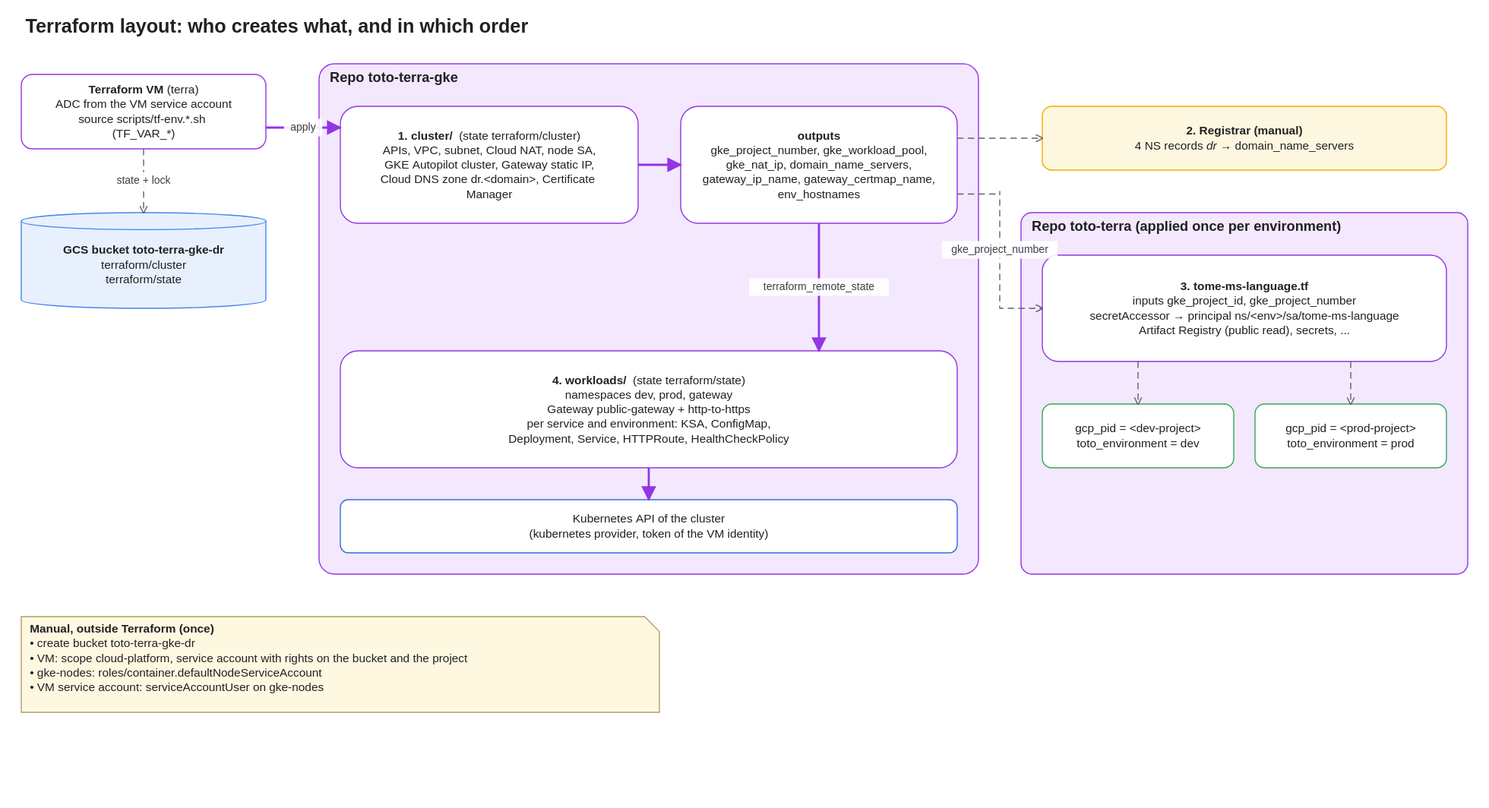
This is docs/diagrams/terraform-layout.drawio.svg from nicolasances/toto-terra-gke, a draw.io export, as it was before one commit. Source tidied: cells renumbered, new cells last; positions are measured from the earlier drawing's top-left corner, leaving out a move shared by most shapes. Source of this version:
```xml
<mxGraphModel>
  <root>
    <mxCell id="0" />
    <mxCell id="1" parent="0" />
    <mxCell id="2" value="Terraform layout: who creates what, and in which order" style="text;html=1;fontSize=18;fontStyle=1;align=left;verticalAlign=middle;" parent="1" vertex="1">
      <mxGeometry width="900" height="30" as="geometry" />
    </mxCell>
    <mxCell id="3" value="&lt;b&gt;Terraform VM&lt;/b&gt; (terra)&lt;br&gt;ADC from the VM service account&lt;br&gt;source scripts/tf-env.*.sh (TF_VAR_*)" style="rounded=1;whiteSpace=wrap;html=1;fillColor=#FFFFFF;strokeColor=#9334E6;fontSize=11;" parent="1" vertex="1">
      <mxGeometry y="60" width="230" height="70" as="geometry" />
    </mxCell>
    <mxCell id="4" value="&lt;b&gt;GCS bucket toto-terra-gke-dr&lt;/b&gt;&lt;br&gt;terraform/cluster&lt;br&gt;terraform/state" style="shape=cylinder3;whiteSpace=wrap;html=1;boundedLbl=1;size=8;fillColor=#E8F0FE;strokeColor=#4285F4;fontSize=11;" parent="1" vertex="1">
      <mxGeometry y="190" width="230" height="90" as="geometry" />
    </mxCell>
    <mxCell id="5" value="Repo toto-terra-gke" style="rounded=1;arcSize=3;whiteSpace=wrap;html=1;fillColor=#F3E8FD;strokeColor=#9334E6;verticalAlign=top;align=left;spacingLeft=10;spacingTop=4;fontStyle=1;fontSize=13;" parent="1" vertex="1">
      <mxGeometry x="280" y="50" width="620" height="480" as="geometry" />
    </mxCell>
    <mxCell id="6" value="&lt;b&gt;1. cluster/&lt;/b&gt; &amp;nbsp;(state terraform/cluster)&lt;br&gt;APIs, VPC, subnet, Cloud NAT, node SA,&lt;br&gt;GKE Autopilot cluster, Gateway static IP,&lt;br&gt;Cloud DNS zone dr.&amp;lt;domain&amp;gt;, Certificate Manager" style="rounded=1;whiteSpace=wrap;html=1;fillColor=#FFFFFF;strokeColor=#9334E6;fontSize=11;" parent="1" vertex="1">
      <mxGeometry x="300" y="90" width="280" height="110" as="geometry" />
    </mxCell>
    <mxCell id="7" value="&lt;b&gt;outputs&lt;/b&gt;&lt;br&gt;gke_project_number, gke_workload_pool,&lt;br&gt;gke_nat_ip, domain_name_servers,&lt;br&gt;gateway_ip_name, gateway_certmap_name,&lt;br&gt;env_hostnames" style="rounded=1;whiteSpace=wrap;html=1;fillColor=#FFFFFF;strokeColor=#9334E6;fontSize=11;" parent="1" vertex="1">
      <mxGeometry x="620" y="90" width="260" height="110" as="geometry" />
    </mxCell>
    <mxCell id="8" value="&lt;b&gt;4. workloads/&lt;/b&gt; &amp;nbsp;(state terraform/state)&lt;br&gt;namespaces dev, prod, gateway&lt;br&gt;Gateway public-gateway + http-to-https&lt;br&gt;per service and environment: KSA, ConfigMap,&lt;br&gt;Deployment, Service, HTTPRoute, HealthCheckPolicy" style="rounded=1;whiteSpace=wrap;html=1;fillColor=#FFFFFF;strokeColor=#9334E6;fontSize=11;" parent="1" vertex="1">
      <mxGeometry x="300" y="320" width="580" height="110" as="geometry" />
    </mxCell>
    <mxCell id="9" value="Kubernetes API of the cluster&lt;br&gt;(kubernetes provider, token of the VM identity)" style="rounded=1;whiteSpace=wrap;html=1;fillColor=#FFFFFF;strokeColor=#326CE5;fontSize=11;" parent="1" vertex="1">
      <mxGeometry x="300" y="460" width="580" height="50" as="geometry" />
    </mxCell>
    <mxCell id="10" value="&lt;b&gt;2. Registrar (manual)&lt;/b&gt;&lt;br&gt;4 NS records &lt;i&gt;dr&lt;/i&gt; &amp;rarr; domain_name_servers" style="rounded=1;whiteSpace=wrap;html=1;fillColor=#FEF7E0;strokeColor=#F9AB00;fontSize=11;" parent="1" vertex="1">
      <mxGeometry x="960" y="90" width="380" height="60" as="geometry" />
    </mxCell>
    <mxCell id="11" value="Repo toto-terra (applied once per environment)" style="rounded=1;arcSize=3;whiteSpace=wrap;html=1;fillColor=#F3E8FD;strokeColor=#9334E6;verticalAlign=top;align=left;spacingLeft=10;spacingTop=4;fontStyle=1;fontSize=13;" parent="1" vertex="1">
      <mxGeometry x="940" y="190" width="420" height="340" as="geometry" />
    </mxCell>
    <mxCell id="12" value="&lt;b&gt;3. tome-ms-language.tf&lt;/b&gt;&lt;br&gt;inputs gke_project_id, gke_project_number&lt;br&gt;secretAccessor &amp;rarr; principal ns/&amp;lt;env&amp;gt;/sa/tome-ms-language&lt;br&gt;Artifact Registry (public read), secrets, ..." style="rounded=1;whiteSpace=wrap;html=1;fillColor=#FFFFFF;strokeColor=#9334E6;fontSize=11;" parent="1" vertex="1">
      <mxGeometry x="960" y="230" width="380" height="100" as="geometry" />
    </mxCell>
    <mxCell id="13" value="gcp_pid = &amp;lt;dev-project&amp;gt;&lt;br&gt;toto_environment = dev" style="rounded=1;whiteSpace=wrap;html=1;fillColor=#FFFFFF;strokeColor=#34A853;fontSize=11;" parent="1" vertex="1">
      <mxGeometry x="960" y="370" width="180" height="60" as="geometry" />
    </mxCell>
    <mxCell id="14" value="gcp_pid = &amp;lt;prod-project&amp;gt;&lt;br&gt;toto_environment = prod" style="rounded=1;whiteSpace=wrap;html=1;fillColor=#FFFFFF;strokeColor=#34A853;fontSize=11;" parent="1" vertex="1">
      <mxGeometry x="1160" y="370" width="180" height="60" as="geometry" />
    </mxCell>
    <mxCell id="15" value="&lt;b&gt;Manual, outside Terraform (once)&lt;/b&gt;&lt;br&gt;&amp;bull; create bucket toto-terra-gke-dr&lt;br&gt;&amp;bull; VM: scope cloud-platform, service account with rights on the bucket and the project&lt;br&gt;&amp;bull; gke-nodes: roles/container.defaultNodeServiceAccount&lt;br&gt;&amp;bull; VM service account: serviceAccountUser on gke-nodes" style="shape=note;whiteSpace=wrap;html=1;size=14;fillColor=#FFF8E1;strokeColor=#B0A060;align=left;spacingLeft=8;verticalAlign=top;fontSize=11;" parent="1" vertex="1">
      <mxGeometry y="570" width="600" height="90" as="geometry" />
    </mxCell>
    <mxCell id="16" value="state + lock" style="edgeStyle=orthogonalEdgeStyle;rounded=1;html=1;endArrow=open;dashed=1;strokeColor=#5F6368;fontSize=10;labelBackgroundColor=#FFFFFF;" parent="1" edge="1" source="3" target="4">
      <mxGeometry relative="1" as="geometry" />
    </mxCell>
    <mxCell id="17" style="edgeStyle=orthogonalEdgeStyle;rounded=1;html=1;endArrow=block;endFill=1;strokeColor=#9334E6;strokeWidth=2;fontSize=10;labelBackgroundColor=#FFFFFF;" parent="1" edge="1" source="6" target="7">
      <mxGeometry relative="1" as="geometry" />
    </mxCell>
    <mxCell id="18" value="terraform_remote_state" style="edgeStyle=orthogonalEdgeStyle;rounded=1;html=1;endArrow=block;endFill=1;strokeColor=#9334E6;strokeWidth=2;fontSize=10;labelBackgroundColor=#FFFFFF;" parent="1" edge="1" source="7" target="8">
      <mxGeometry relative="1" as="geometry" />
    </mxCell>
    <mxCell id="19" style="edgeStyle=orthogonalEdgeStyle;rounded=1;html=1;endArrow=block;endFill=1;strokeColor=#9334E6;strokeWidth=2;fontSize=10;labelBackgroundColor=#FFFFFF;" parent="1" edge="1" source="8" target="9">
      <mxGeometry relative="1" as="geometry" />
    </mxCell>
    <mxCell id="20" style="edgeStyle=orthogonalEdgeStyle;rounded=1;html=1;endArrow=open;dashed=1;strokeColor=#5F6368;fontSize=10;labelBackgroundColor=#FFFFFF;" parent="1" edge="1" source="7" target="10">
      <mxGeometry relative="1" as="geometry" />
    </mxCell>
    <mxCell id="21" value="gke_project_number" style="edgeStyle=orthogonalEdgeStyle;rounded=1;html=1;endArrow=open;dashed=1;strokeColor=#5F6368;fontSize=10;labelBackgroundColor=#FFFFFF;exitX=1;exitY=0.75;entryX=0;entryY=0.5;" parent="1" edge="1" source="7" target="12">
      <mxGeometry relative="1" as="geometry">
        <Array as="points">
          <mxPoint x="920" y="170" />
          <mxPoint x="920" y="280" />
        </Array>
      </mxGeometry>
    </mxCell>
    <mxCell id="22" style="edgeStyle=orthogonalEdgeStyle;rounded=1;html=1;endArrow=open;dashed=1;strokeColor=#5F6368;fontSize=10;labelBackgroundColor=#FFFFFF;" parent="1" edge="1" source="12" target="13">
      <mxGeometry relative="1" as="geometry" />
    </mxCell>
    <mxCell id="23" style="edgeStyle=orthogonalEdgeStyle;rounded=1;html=1;endArrow=open;dashed=1;strokeColor=#5F6368;fontSize=10;labelBackgroundColor=#FFFFFF;" parent="1" edge="1" source="12" target="14">
      <mxGeometry relative="1" as="geometry" />
    </mxCell>
    <mxCell id="24" value="apply" style="edgeStyle=orthogonalEdgeStyle;rounded=1;html=1;endArrow=block;endFill=1;strokeColor=#9334E6;strokeWidth=2;fontSize=10;labelBackgroundColor=#FFFFFF;" parent="1" edge="1" source="3" target="6">
      <mxGeometry relative="1" as="geometry" />
    </mxCell>
  </root>
</mxGraphModel>
```
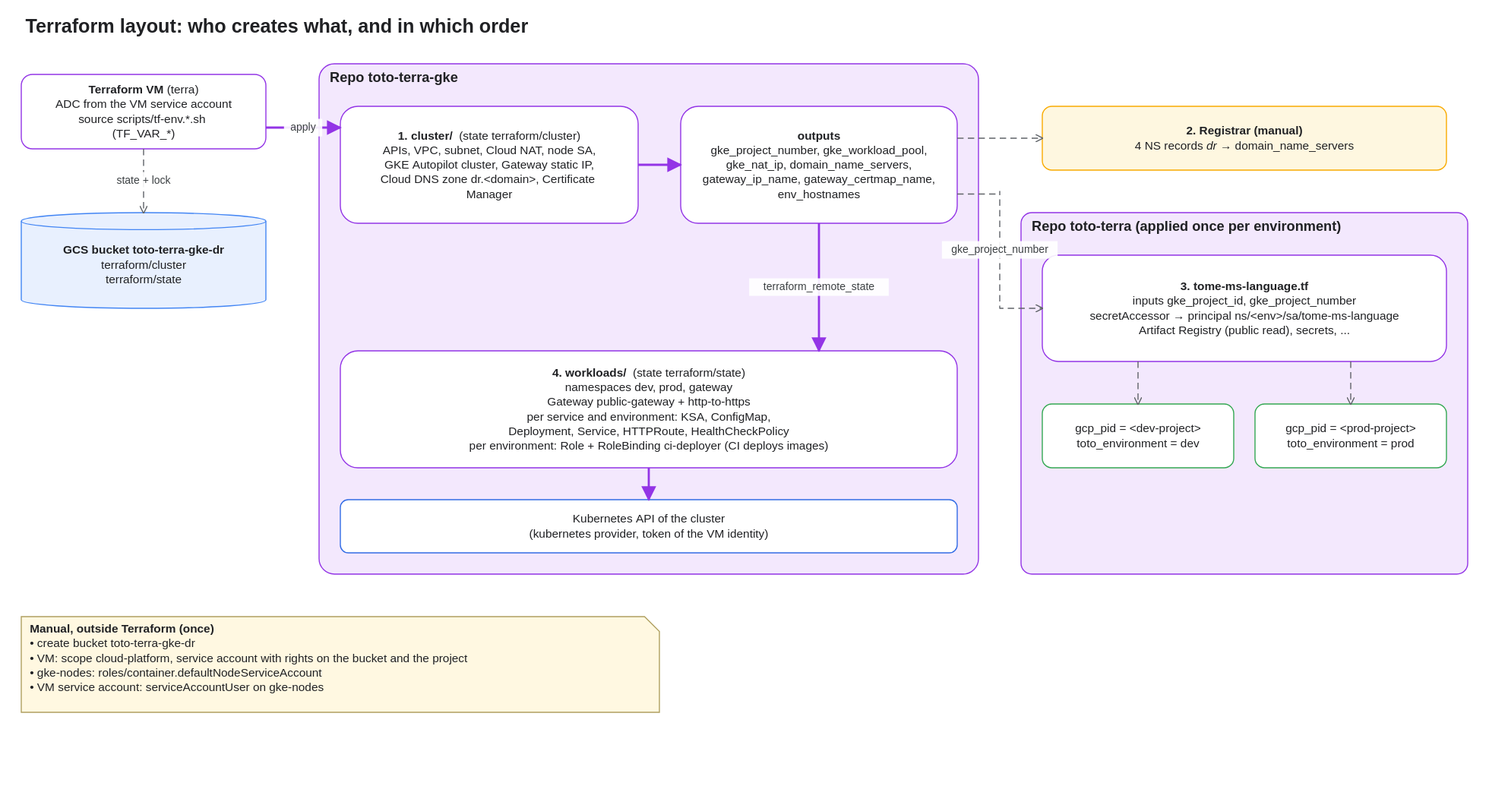
After the change.

Commit message:
Add namespace-scoped ci-deployer RBAC for the toto-cicd SAs (#4)

The edit, as a diff of the source:
```diff
@@ -20,7 +20,7 @@
     <mxCell id="7" value="&lt;b&gt;outputs&lt;/b&gt;&lt;br&gt;gke_project_number, gke_workload_pool,&lt;br&gt;gke_nat_ip, domain_name_servers,&lt;br&gt;gateway_ip_name, gateway_certmap_name,&lt;br&gt;env_hostnames" style="rounded=1;whiteSpace=wrap;html=1;fillColor=#FFFFFF;strokeColor=#9334E6;fontSize=11;" parent="1" vertex="1">
       <mxGeometry x="620" y="90" width="260" height="110" as="geometry" />
     </mxCell>
-    <mxCell id="8" value="&lt;b&gt;4. workloads/&lt;/b&gt; &amp;nbsp;(state terraform/state)&lt;br&gt;namespaces dev, prod, gateway&lt;br&gt;Gateway public-gateway + http-to-https&lt;br&gt;per service and environment: KSA, ConfigMap,&lt;br&gt;Deployment, Service, HTTPRoute, HealthCheckPolicy" style="rounded=1;whiteSpace=wrap;html=1;fillColor=#FFFFFF;strokeColor=#9334E6;fontSize=11;" parent="1" vertex="1">
+    <mxCell id="8" value="&lt;b&gt;4. workloads/&lt;/b&gt; &amp;nbsp;(state terraform/state)&lt;br&gt;namespaces dev, prod, gateway&lt;br&gt;Gateway public-gateway + http-to-https&lt;br&gt;per service and environment: KSA, ConfigMap,&lt;br&gt;Deployment, Service, HTTPRoute, HealthCheckPolicy&lt;br&gt;per environment: Role + RoleBinding ci-deployer (CI deploys images)" style="rounded=1;whiteSpace=wrap;html=1;fillColor=#FFFFFF;strokeColor=#9334E6;fontSize=11;" parent="1" vertex="1">
       <mxGeometry x="300" y="320" width="580" height="110" as="geometry" />
     </mxCell>
     <mxCell id="9" value="Kubernetes API of the cluster&lt;br&gt;(kubernetes provider, token of the VM identity)" style="rounded=1;whiteSpace=wrap;html=1;fillColor=#FFFFFF;strokeColor=#326CE5;fontSize=11;" parent="1" vertex="1">
```
